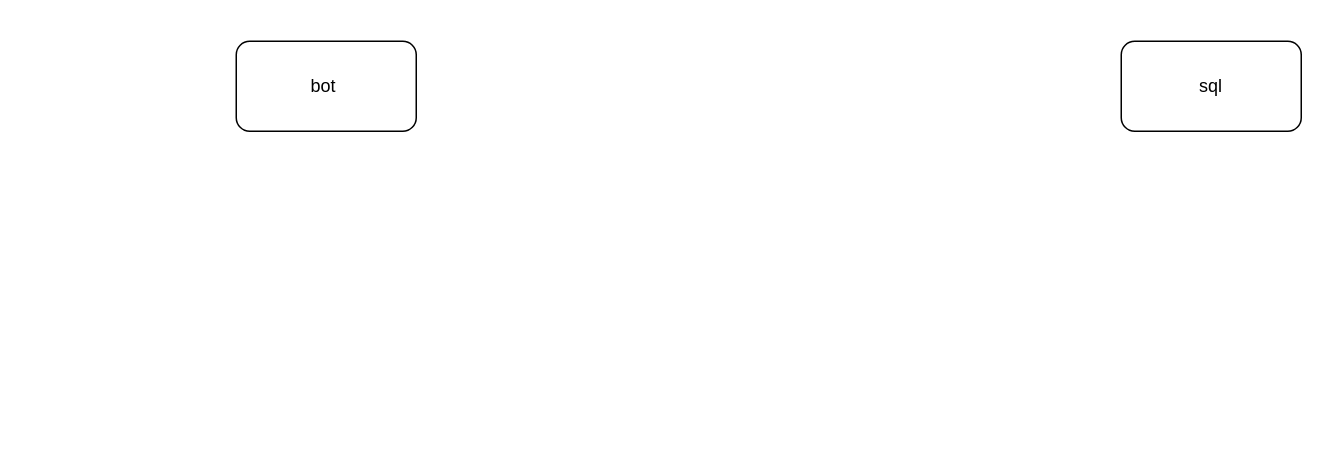
The draw.io diagram TheConversationsBot/Untitled Diagram.drawio in G1-Group/TheConversationsBot, before the edit. Source tidied: cells renumbered, new cells numbered last; positions are measured from the earlier drawing's top-left corner, leaving out a move shared by most shapes. Both pictures are drawn from the tidied source at 150%, with x=0, y=0 at pixel (236, 40).
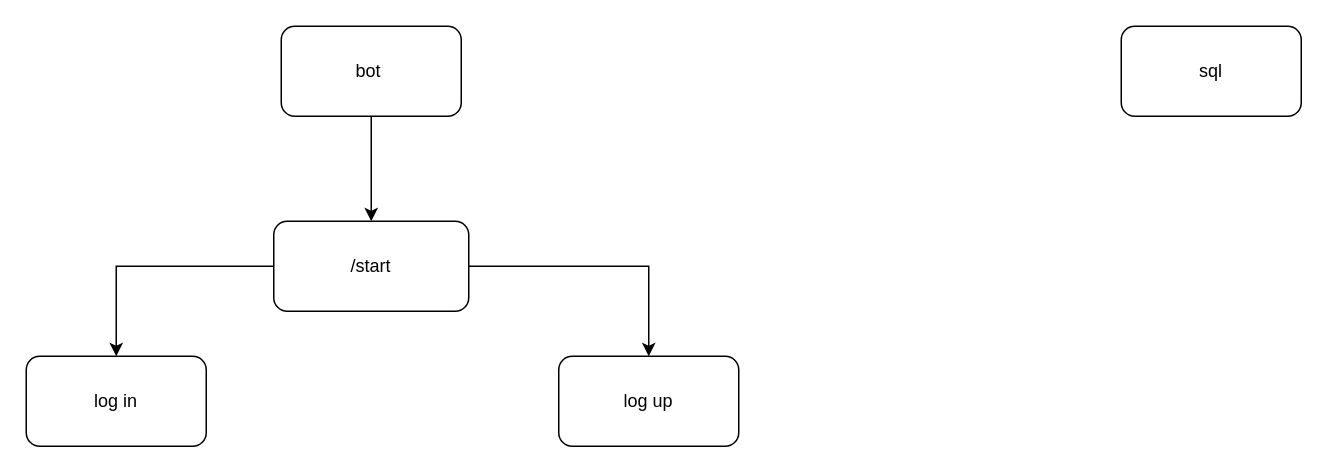
The same diagram, later.

The edit, as a diff of the source:
```diff
@@
 <mxGraphModel>
   <root>
     <mxCell id="0" />
     <mxCell id="1" parent="0" />
+    <mxCell id="4" style="edgeStyle=orthogonalEdgeStyle;rounded=0;jettySize=auto;html=1;" parent="1" edge="1" source="2" target="7">
+      <mxGeometry relative="1" as="geometry" />
+    </mxCell>
     <mxCell id="2" value="bot&amp;nbsp;" style="rounded=1;whiteSpace=wrap;html=1;" parent="1" vertex="1">
-      <mxGeometry width="120" height="60" as="geometry" />
+      <mxGeometry x="30" y="-10" width="120" height="60" as="geometry" />
     </mxCell>
     <mxCell id="3" value="sql" style="rounded=1;whiteSpace=wrap;html=1;" parent="1" vertex="1">
-      <mxGeometry x="590" width="120" height="60" as="geometry" />
+      <mxGeometry x="590" y="-10" width="120" height="60" as="geometry" />
     </mxCell>
+    <mxCell id="5" style="edgeStyle=orthogonalEdgeStyle;rounded=0;jettySize=auto;html=1;entryX=0.5;entryY=0;entryDx=0;entryDy=0;" parent="1" edge="1" source="7" target="9">
+      <mxGeometry relative="1" as="geometry" />
+    </mxCell>
+    <mxCell id="6" style="edgeStyle=orthogonalEdgeStyle;rounded=0;jettySize=auto;html=1;entryX=0.5;entryY=0;entryDx=0;entryDy=0;" parent="1" edge="1" source="7" target="8">
+      <mxGeometry relative="1" as="geometry" />
+    </mxCell>
+    <mxCell id="7" value="/start" style="rounded=1;whiteSpace=wrap;html=1;" parent="1" vertex="1">
+      <mxGeometry x="25" y="120" width="130" height="60" as="geometry" />
+    </mxCell>
+    <mxCell id="8" value="log up" style="rounded=1;whiteSpace=wrap;html=1;" parent="1" vertex="1">
+      <mxGeometry x="215" y="210" width="120" height="60" as="geometry" />
+    </mxCell>
+    <mxCell id="9" value="log in" style="rounded=1;whiteSpace=wrap;html=1;" parent="1" vertex="1">
+      <mxGeometry x="-140" y="210" width="120" height="60" as="geometry" />
+    </mxCell>
   </root>
 </mxGraphModel>
```
